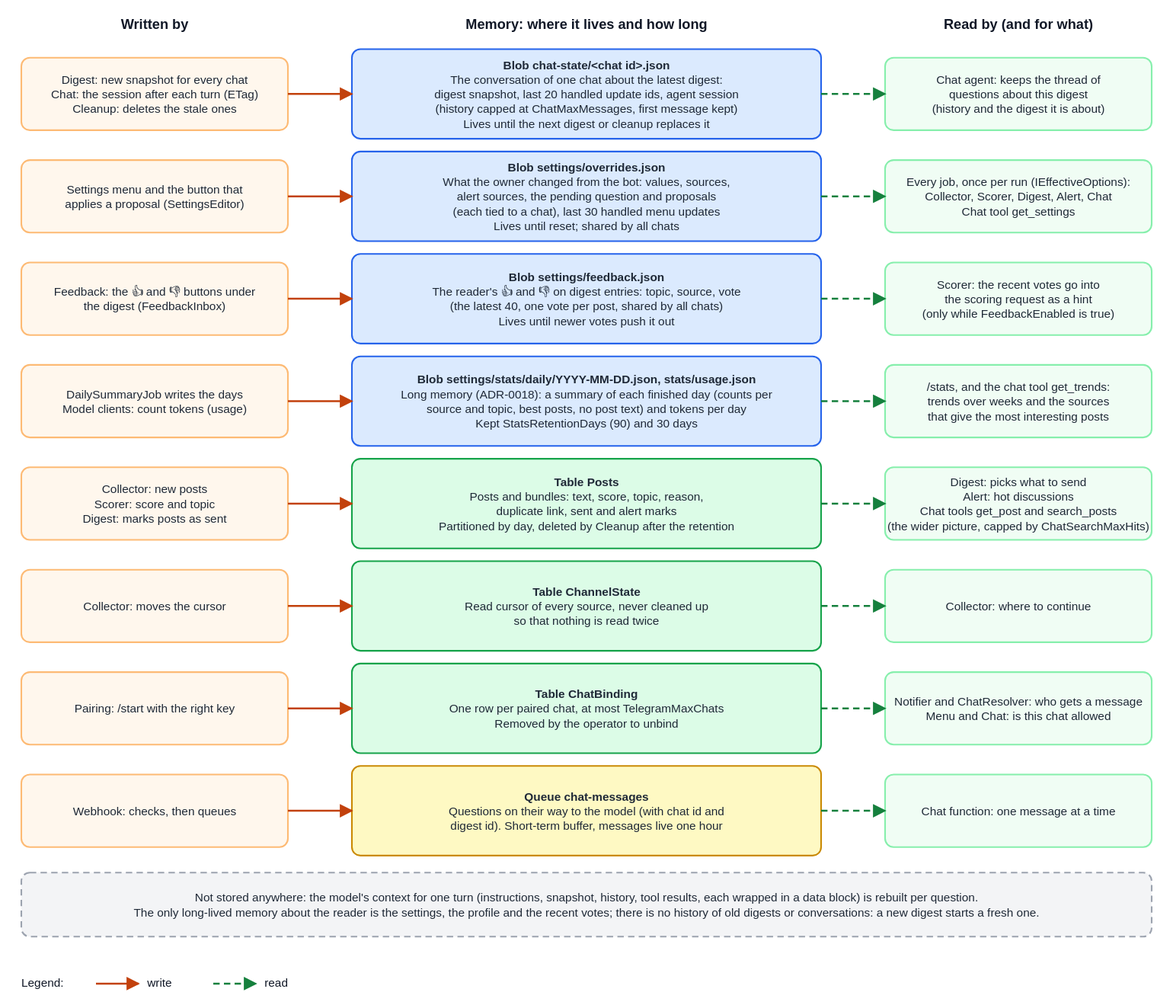
Above: docs/developer-guide/images/memory.drawio.svg in KopylP/signal-feed (draw.io), before the change. Source tidied: cells renumbered, new cells last; positions are measured from the earlier drawing's top-left corner, leaving out a move shared by most shapes.
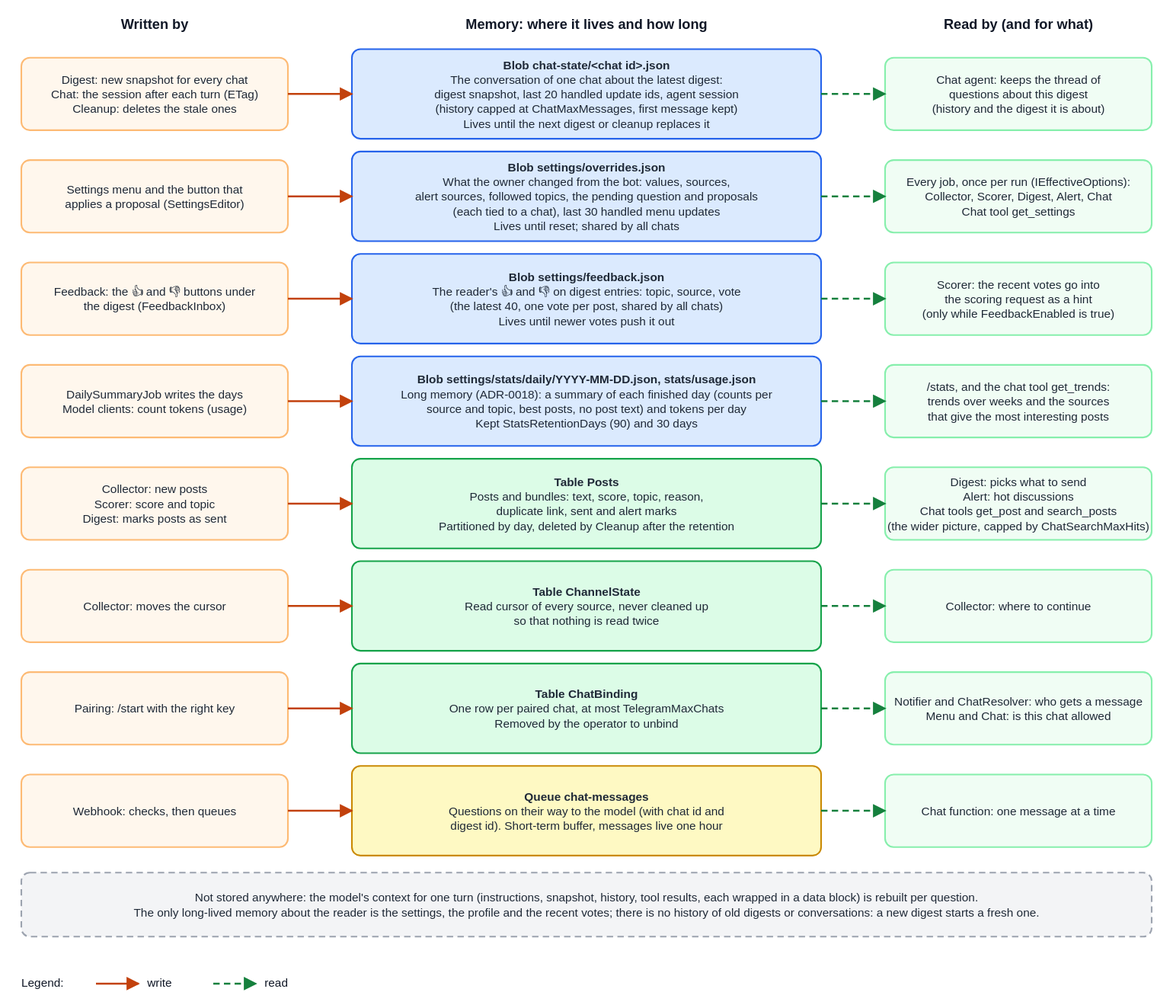
After the commit.

The edit, as a diff of the source:
```diff
@@ -44,7 +44,7 @@
     <mxCell id="13" style="rounded=1;arcSize=6;html=1;strokeColor=#2563eb;fillColor=#dbeafe;strokeWidth=1.5;" parent="1" vertex="1">
       <mxGeometry x="310" y="128" width="440" height="84" as="geometry" />
     </mxCell>
-    <mxCell id="14" value="&lt;b&gt;Blob  settings/overrides.json&lt;/b&gt;&lt;br&gt;What the owner changed from the bot: values, sources,&lt;br&gt;alert sources, the pending question and proposals&lt;br&gt;(each tied to a chat), last 30 handled menu updates&lt;br&gt;Lives until reset; shared by all chats" style="text;html=1;whiteSpace=wrap;align=center;verticalAlign=top;spacing=0;fontSize=11;fontColor=#1f2937;" parent="1" vertex="1">
+    <mxCell id="14" value="&lt;b&gt;Blob  settings/overrides.json&lt;/b&gt;&lt;br&gt;What the owner changed from the bot: values, sources,&lt;br&gt;alert sources, followed topics, the pending question and proposals&lt;br&gt;(each tied to a chat), last 30 handled menu updates&lt;br&gt;Lives until reset; shared by all chats" style="text;html=1;whiteSpace=wrap;align=center;verticalAlign=top;spacing=0;fontSize=11;fontColor=#1f2937;" parent="1" vertex="1">
       <mxGeometry x="310" y="135.6" width="440" height="70.8" as="geometry" />
     </mxCell>
     <mxCell id="15" style="rounded=1;arcSize=6;html=1;strokeColor=#fdba74;fillColor=#fff7ed;strokeWidth=1.5;" parent="1" vertex="1">
```
